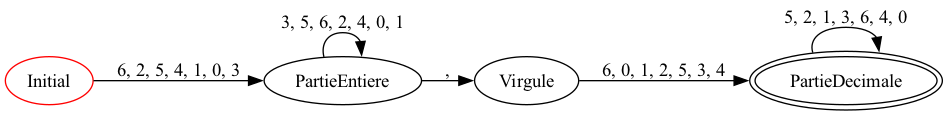
Before: affichage.dot.png, a diagram exported from Graphviz (userdigitaldevil/automata). Its source is kept beside it as affichage.dot.
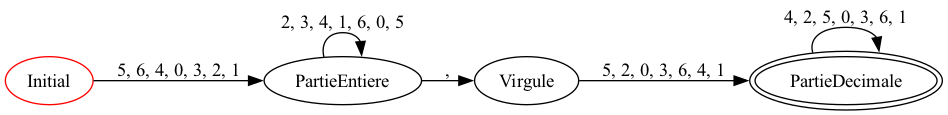
The same diagram one commit later.

The edit, as a diff of the source:
```diff
@@ -1,12 +1,12 @@
 digraph a {
  rankdir=LR
 0[ label ="Initial", color=red ];
-0 -> 1 [ label = "6, 2, 5, 4, 1, 0, 3" ];
+0 -> 1 [ label = "5, 6, 4, 0, 3, 2, 1" ];
 1[ label ="PartieEntiere",];
-1 -> 1 [ label = "3, 5, 6, 2, 4, 0, 1" ];
+1 -> 1 [ label = "2, 3, 4, 1, 6, 0, 5" ];
 1 -> 2 [ label = "," ];
 2[ label ="Virgule",];
-2 -> 3 [ label = "6, 0, 1, 2, 5, 3, 4" ];
+2 -> 3 [ label = "5, 2, 0, 3, 6, 4, 1" ];
 3[ label ="PartieDecimale",peripheries=2 ];
-3 -> 3 [ label = "5, 2, 1, 3, 6, 4, 0" ];
+3 -> 3 [ label = "4, 2, 5, 0, 3, 6, 1" ];
 }
```
